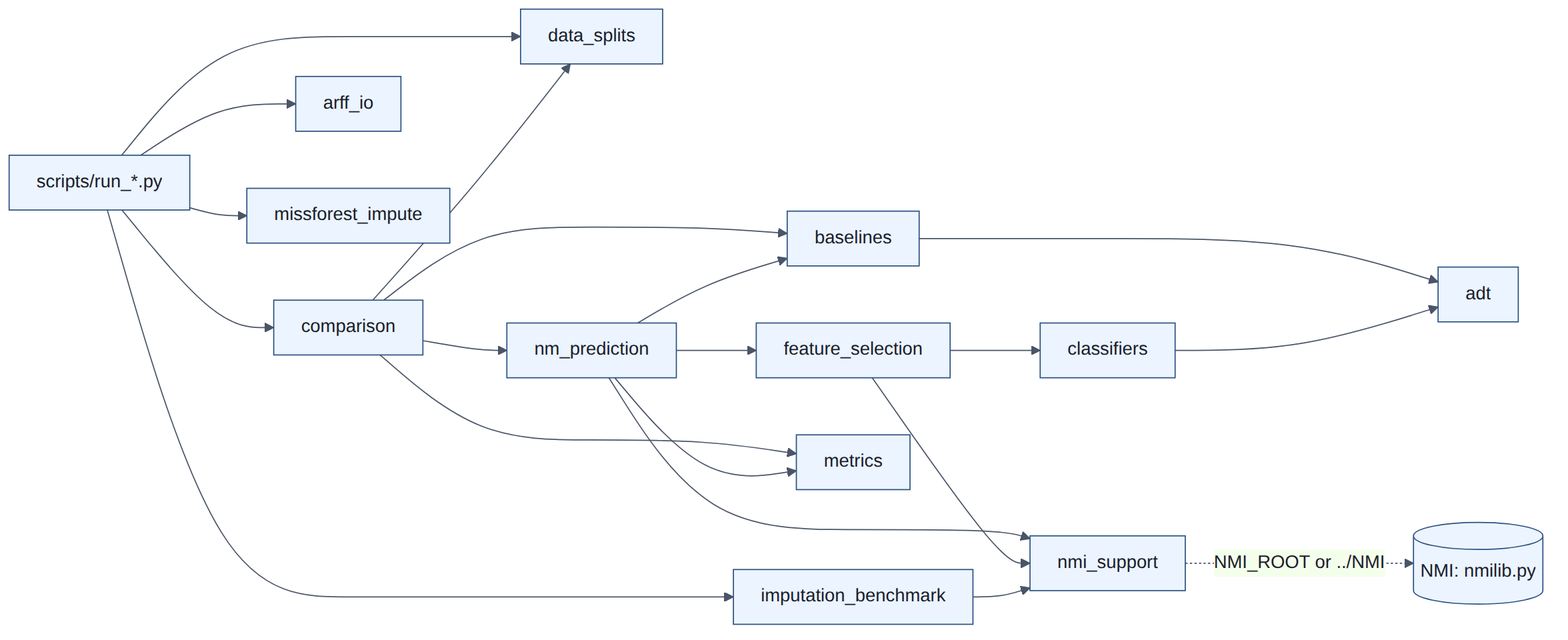
mrvr/DengueCAD keeps this Mermaid diagram as docs/architecture/04-module-dependencies.png. Above is the earlier version. Its source is kept beside it as docs/architecture/04-module-dependencies.mmd. Its diagram source:
```mermaid
flowchart LR
    scripts["scripts/run_*.py"] --> comparison
    scripts --> data_splits
    scripts --> arff_io
    scripts --> imputation_benchmark
    scripts --> missforest_impute

    comparison --> nm_prediction
    comparison --> baselines
    comparison --> data_splits
    comparison --> metrics

    nm_prediction --> feature_selection
    nm_prediction --> baselines
    nm_prediction --> metrics
    nm_prediction --> nmi_support

    feature_selection --> classifiers
    feature_selection --> nmi_support

    baselines --> adt
    classifiers --> adt

    imputation_benchmark --> nmi_support
    nmi_support -.->|"NMI_ROOT or ../NMI"| nmilib[("NMI: nmilib.py")]
```
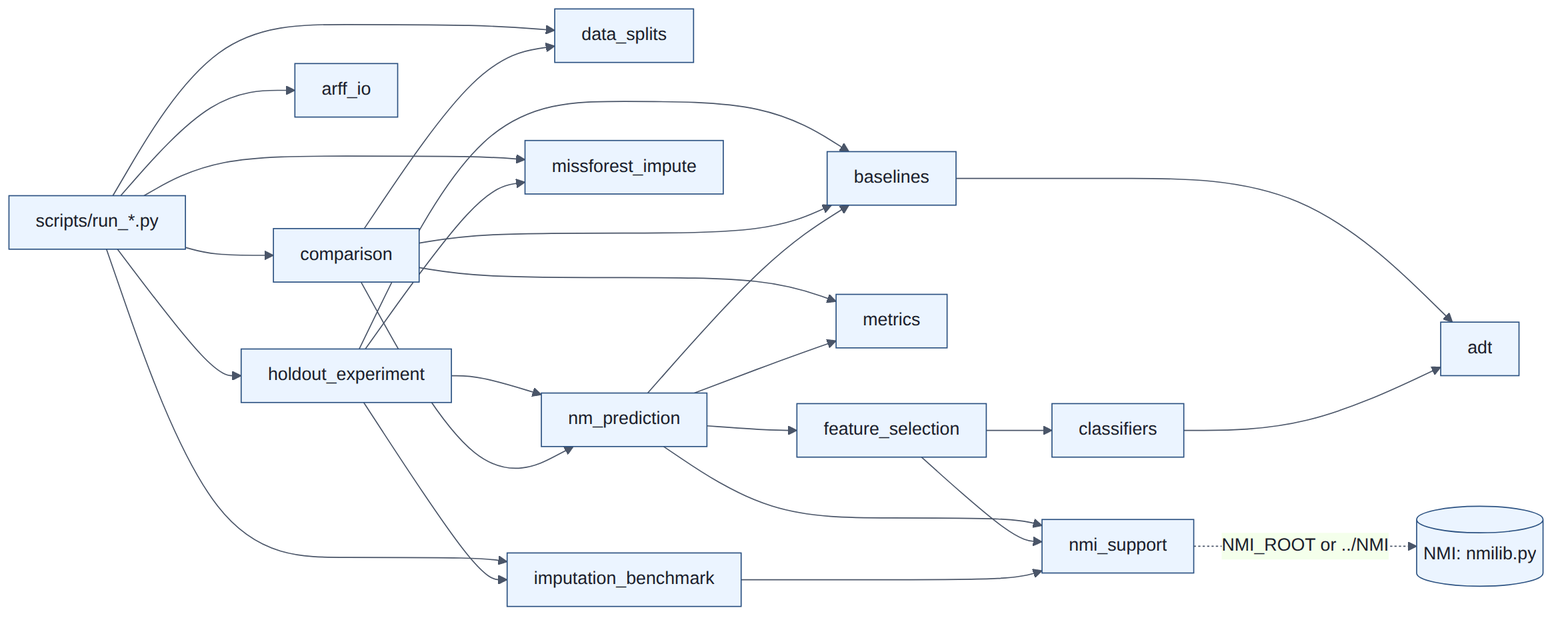
Above is the later version.

The edit, as a diff of the source:
```diff
@@ -4,6 +4,12 @@
     scripts --> arff_io
     scripts --> imputation_benchmark
     scripts --> missforest_impute
+    scripts --> holdout_experiment
+
+    holdout_experiment --> nm_prediction
+    holdout_experiment --> imputation_benchmark
+    holdout_experiment --> missforest_impute
+    holdout_experiment --> baselines
 
     comparison --> nm_prediction
     comparison --> baselines
```
